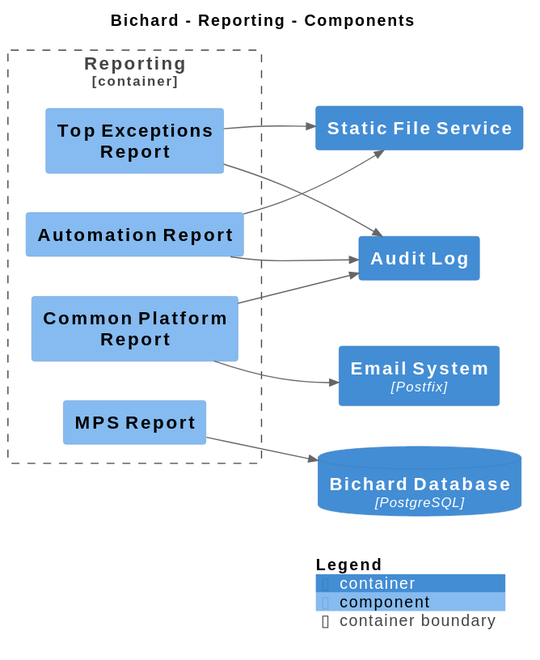
The PlantUML diagram main/svg/Component-006.svg in ministryofjustice/bichard7-next-core, before a commit. Its source is kept beside it as main/puml/Component-006.puml.
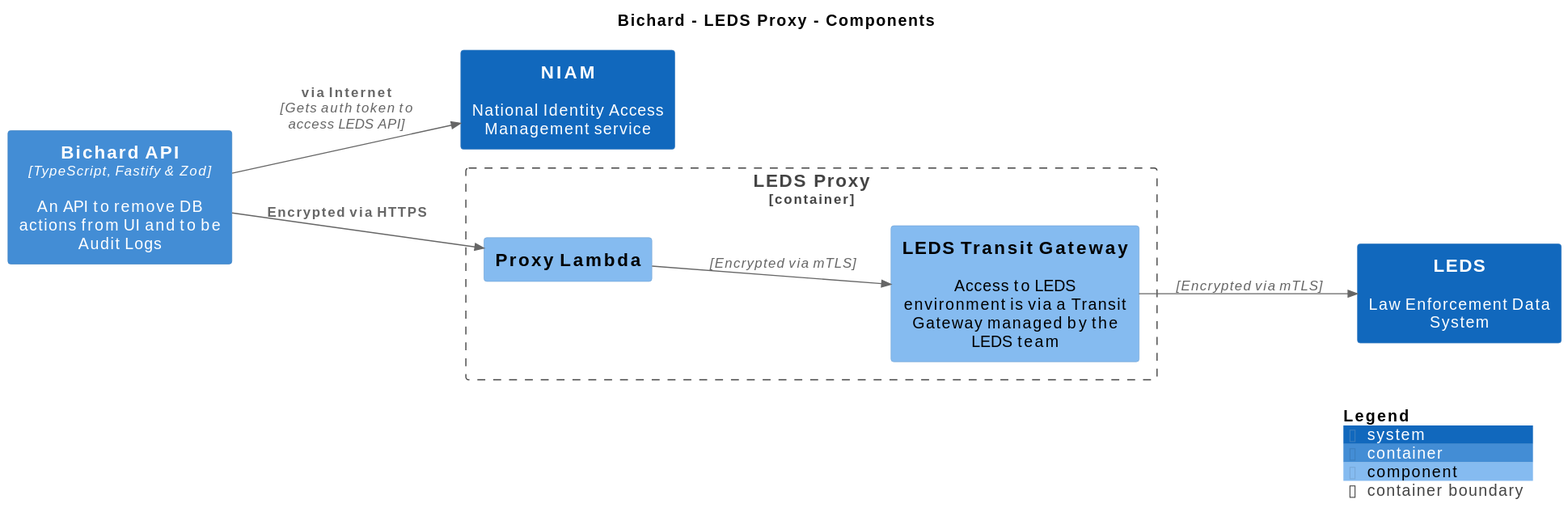
Above is the later version.

What changed in the source:
```diff
@@ -1,6 +1,6 @@
 @startuml
 set separator none
-title Bichard - Reporting - Components
+title Bichard - LEDS Proxy - Components
 
 left to right direction
 
@@ -9,25 +9,19 @@
 !include <C4/C4_Container>
 !include <C4/C4_Component>
 
-ContainerDb(Bichard.BichardDatabase, "Bichard Database", $techn="PostgreSQL", $descr="", $tags="", $link="")
-Container(Bichard.EmailSystem, "Email System", $techn="Postfix", $descr="", $tags="", $link="")
-Container(Bichard.AuditLog, "Audit Log", $techn="", $descr="", $tags="", $link="")
-Container(Bichard.StaticFileService, "Static File Service", $techn="", $descr="", $tags="", $link="")
+System(LEDS, "LEDS", $descr="Law Enforcement Data System", $tags="", $link="")
+System(NIAM, "NIAM", $descr="National Identity Access Management service", $tags="", $link="")
+Container(Bichard.BichardAPI, "Bichard API", $techn="TypeScript, Fastify & Zod", $descr="An API to remove DB actions from UI and to be Audit Logs", $tags="", $link="")
 
-Container_Boundary("Bichard.Reporting_boundary", "Reporting", $tags="") {
-  Component(Bichard.Reporting.AutomationReport, "Automation Report", $techn="", $descr="", $tags="", $link="")
-  Component(Bichard.Reporting.CommonPlatformReport, "Common Platform Report", $techn="", $descr="", $tags="", $link="")
-  Component(Bichard.Reporting.MPSReport, "MPS Report", $techn="", $descr="", $tags="", $link="")
-  Component(Bichard.Reporting.TopExceptionsReport, "Top Exceptions Report", $techn="", $descr="", $tags="", $link="")
+Container_Boundary("Bichard.LEDSProxy_boundary", "LEDS Proxy", $tags="") {
+  Component(Bichard.LEDSProxy.ProxyLambda, "Proxy Lambda", $techn="", $descr="", $tags="", $link="")
+  Component(Bichard.LEDSProxy.LEDSTransitGateway, "LEDS Transit Gateway", $techn="", $descr="Access to LEDS environment is via a Transit Gateway managed by the LEDS team", $tags="", $link="")
 }
 
-Rel(Bichard.Reporting.CommonPlatformReport, Bichard.AuditLog, "", $techn="", $tags="", $link="")
-Rel(Bichard.Reporting.AutomationReport, Bichard.StaticFileService, "", $techn="", $tags="", $link="")
-Rel(Bichard.Reporting.TopExceptionsReport, Bichard.StaticFileService, "", $techn="", $tags="", $link="")
-Rel(Bichard.Reporting.CommonPlatformReport, Bichard.EmailSystem, "", $techn="", $tags="", $link="")
-Rel(Bichard.Reporting.MPSReport, Bichard.BichardDatabase, "", $techn="", $tags="", $link="")
-Rel(Bichard.Reporting.TopExceptionsReport, Bichard.AuditLog, "", $techn="", $tags="", $link="")
-Rel(Bichard.Reporting.AutomationReport, Bichard.AuditLog, "", $techn="", $tags="", $link="")
+Rel(Bichard.BichardAPI, Bichard.LEDSProxy.ProxyLambda, "Encrypted via HTTPS", $techn="", $tags="", $link="")
+Rel(Bichard.BichardAPI, NIAM, "via Internet", $techn="Gets auth token to access LEDS API", $tags="", $link="")
+Rel(Bichard.LEDSProxy.ProxyLambda, Bichard.LEDSProxy.LEDSTransitGateway, "", $techn="Encrypted via mTLS", $tags="", $link="")
+Rel(Bichard.LEDSProxy.LEDSTransitGateway, LEDS, "", $techn="Encrypted via mTLS", $tags="", $link="")
 
 SHOW_LEGEND(true)
 @enduml
```
